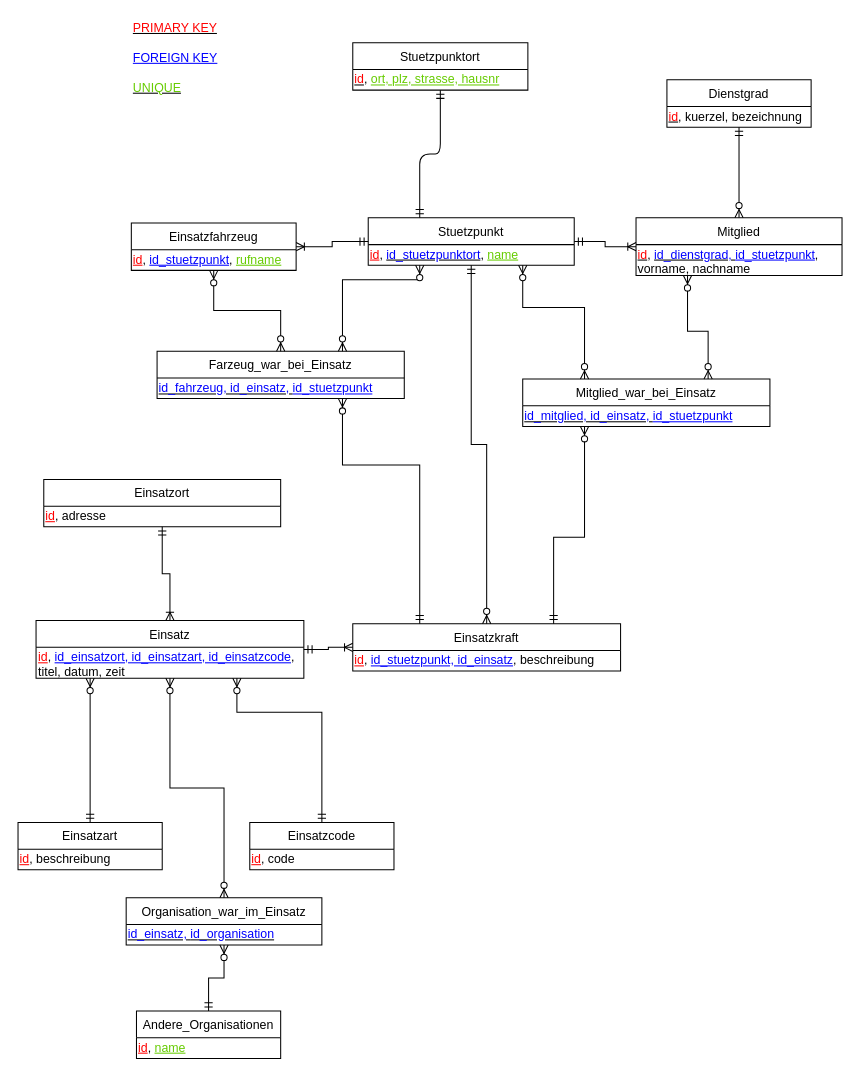
Above: FVisual_Documentation/Datamodels/LM/LM_V4.drawio in htl-thalerc/FVisual (draw.io), before the change. Source tidied: cells renumbered, new cells numbered last; positions are measured from the earlier drawing's top-left corner, leaving out a move shared by most shapes. Both pictures are drawn from the tidied source at 103%, with x=0, y=0 at pixel (18, 18).
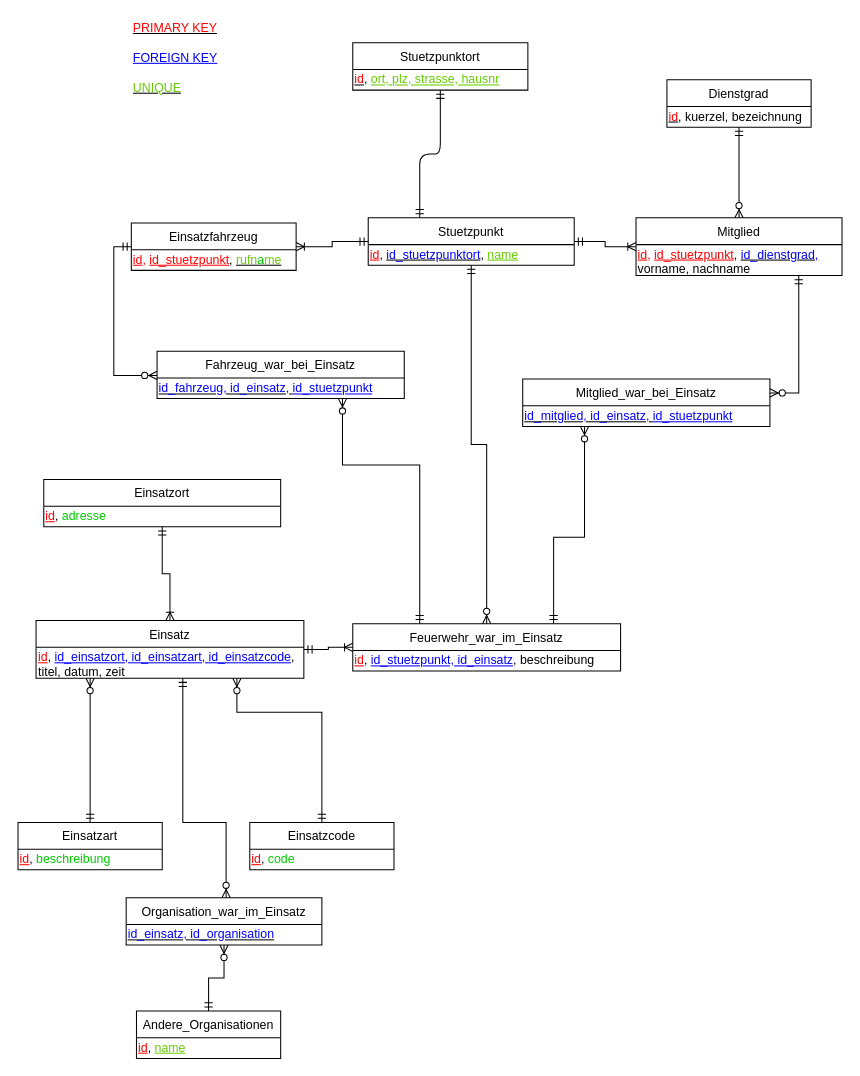
After the change.

The change refers to these unchanged cells:
```xml
<mxCell id="4" value="Einsatzort" style="swimlane;fontStyle=0;horizontal=1;startSize=26;fillColor=none;" parent="1" vertex="1">
  <mxGeometry x="25" y="448" width="230" height="46" as="geometry" />
</mxCell>
<mxCell id="8" value="Stuetzpunkt" style="swimlane;fontStyle=0;horizontal=1;startSize=26;fillColor=none;" parent="1" vertex="1">
  <mxGeometry x="340" y="194" width="200" height="46" as="geometry" />
</mxCell>
<mxCell id="10" value="Einsatzfahrzeug" style="swimlane;fontStyle=0;horizontal=1;startSize=26;fillColor=none;" parent="1" vertex="1">
  <mxGeometry x="110" y="199" width="160" height="46" as="geometry" />
</mxCell>
<mxCell id="14" value="Einsatzcode" style="swimlane;fontStyle=0;horizontal=1;startSize=26;fillColor=none;" parent="1" vertex="1">
  <mxGeometry x="225" y="781" width="140" height="46" as="geometry" />
</mxCell>
<mxCell id="16" value="Einsatz" style="swimlane;fontStyle=0;horizontal=1;startSize=26;fillColor=none;" parent="1" vertex="1">
  <mxGeometry x="17.5" y="585" width="260" height="56" as="geometry" />
</mxCell>
<mxCell id="18" value="Einsatzart" style="swimlane;fontStyle=0;horizontal=1;startSize=26;fillColor=none;" parent="1" vertex="1">
  <mxGeometry y="781" width="140" height="46" as="geometry" />
</mxCell>
<mxCell id="20" value="Mitglied" style="swimlane;fontStyle=0;horizontal=1;startSize=26;fillColor=none;" parent="1" vertex="1">
  <mxGeometry x="600" y="194" width="200" height="56" as="geometry" />
</mxCell>
<mxCell id="36" value="Organisation_war_im_Einsatz" style="swimlane;fontStyle=0;horizontal=1;startSize=26;fillColor=none;" parent="1" vertex="1">
  <mxGeometry x="105" y="854" width="190" height="46" as="geometry" />
</mxCell>
<mxCell id="39" value="Mitglied_war_bei_Einsatz" style="swimlane;fontStyle=0;horizontal=1;startSize=26;fillColor=none;" parent="1" vertex="1">
  <mxGeometry x="490" y="350.5" width="240" height="46" as="geometry" />
</mxCell>
```

Diff of the diagram source:
```diff
@@
-    <mxCell id="5" value="&lt;font color=&quot;#ff0000&quot;&gt;&lt;u&gt;id&lt;/u&gt;&lt;/font&gt;, adresse" style="text;html=1;align=left;verticalAlign=top;spacingTop=-4;" parent="4" vertex="1">
+    <mxCell id="5" value="&lt;font color=&quot;#ff0000&quot;&gt;&lt;u&gt;id&lt;/u&gt;&lt;/font&gt;, &lt;font color=&quot;#00cc00&quot;&gt;adresse&lt;/font&gt;" style="text;html=1;align=left;verticalAlign=top;spacingTop=-4;" parent="4" vertex="1">
       <mxGeometry y="26" width="230" height="20" as="geometry" />
     </mxCell>
@@
-    <mxCell id="11" value="&lt;font color=&quot;#ff0000&quot;&gt;&lt;u&gt;id&lt;/u&gt;&lt;/font&gt;, &lt;font color=&quot;#0000ff&quot;&gt;&lt;u&gt;id_stuetzpunkt&lt;/u&gt;&lt;/font&gt;,&amp;nbsp;&lt;font color=&quot;#66cc00&quot;&gt;&lt;u&gt;rufname&lt;/u&gt;&lt;/font&gt;" style="text;html=1;points=[];align=left;verticalAlign=top;spacingTop=-4;" parent="10" vertex="1">
+    <mxCell id="11" value="&lt;font color=&quot;#ff0000&quot;&gt;&lt;u&gt;id&lt;/u&gt;, &lt;u&gt;id_stuetzpunkt&lt;/u&gt;&lt;/font&gt;,&amp;nbsp;&lt;u&gt;&lt;font color=&quot;#66cc00&quot;&gt;rufn&lt;/font&gt;&lt;font color=&quot;#00cc00&quot;&gt;a&lt;/font&gt;&lt;font color=&quot;#66cc00&quot;&gt;me&lt;/font&gt;&lt;/u&gt;" style="text;html=1;points=[];align=left;verticalAlign=top;spacingTop=-4;" parent="10" vertex="1">
       <mxGeometry y="26" width="160" height="20" as="geometry" />
     </mxCell>
-    <mxCell id="12" value="Einsatzkraft" style="swimlane;fontStyle=0;horizontal=1;startSize=26;fillColor=none;" parent="1" vertex="1">
+    <mxCell id="12" value="Feuerwehr_war_im_Einsatz" style="swimlane;fontStyle=0;horizontal=1;startSize=26;fillColor=none;" parent="1" vertex="1">
       <mxGeometry x="325" y="588" width="260" height="46" as="geometry" />
     </mxCell>
@@
-    <mxCell id="15" value="&lt;font color=&quot;#ff0000&quot;&gt;&lt;u&gt;id&lt;/u&gt;&lt;/font&gt;, code" style="text;html=1;align=left;verticalAlign=top;spacingTop=-4;" parent="14" vertex="1">
+    <mxCell id="15" value="&lt;font color=&quot;#ff0000&quot;&gt;&lt;u&gt;id&lt;/u&gt;&lt;/font&gt;, &lt;font color=&quot;#00cc00&quot;&gt;code&lt;/font&gt;" style="text;html=1;align=left;verticalAlign=top;spacingTop=-4;" parent="14" vertex="1">
       <mxGeometry y="26" width="140" height="20" as="geometry" />
     </mxCell>
@@
-    <mxCell id="19" value="&lt;font color=&quot;#ff0000&quot;&gt;&lt;u&gt;id&lt;/u&gt;&lt;/font&gt;, beschreibung" style="text;html=1;align=left;verticalAlign=top;spacingTop=-4;" parent="18" vertex="1">
+    <mxCell id="19" value="&lt;font color=&quot;#ff0000&quot;&gt;&lt;u&gt;id&lt;/u&gt;&lt;/font&gt;, &lt;font color=&quot;#00cc00&quot;&gt;beschreibung&lt;/font&gt;" style="text;html=1;align=left;verticalAlign=top;spacingTop=-4;" parent="18" vertex="1">
       <mxGeometry y="26" width="140" height="20" as="geometry" />
     </mxCell>
@@
-    <mxCell id="21" value="&lt;u&gt;&lt;font color=&quot;#ff0000&quot;&gt;id&lt;/font&gt;&lt;/u&gt;, &lt;u&gt;&lt;font color=&quot;#0000ff&quot;&gt;id_dienstgrad,&amp;nbsp;&lt;/font&gt;&lt;/u&gt;&lt;u style=&quot;color: rgb(0 , 0 , 255)&quot;&gt;id_stuetzpunkt&lt;/u&gt;, &lt;br&gt;vorname, nachname" style="text;html=1;align=left;verticalAlign=top;spacingTop=-4;" parent="20" vertex="1">
+    <mxCell id="21" value="&lt;font color=&quot;#ff0000&quot;&gt;&lt;u&gt;id&lt;/u&gt;,&amp;nbsp;&lt;u&gt;id_stuetzpunkt&lt;/u&gt;&lt;/font&gt;,&amp;nbsp;&lt;u&gt;&lt;font color=&quot;#0000ff&quot;&gt;id_dienstgrad,&lt;/font&gt;&lt;/u&gt;&amp;nbsp;&lt;br&gt;vorname, nachname" style="text;html=1;align=left;verticalAlign=top;spacingTop=-4;" parent="20" vertex="1">
       <mxGeometry y="26" width="200" height="30" as="geometry" />
     </mxCell>
@@
-    <mxCell id="35" style="fontSize=12;html=1;endArrow=ERzeroToMany;endFill=1;startArrow=ERzeroToMany;rounded=0;exitX=0.5;exitY=1;exitDx=0;exitDy=0;edgeStyle=orthogonalEdgeStyle;entryX=0.5;entryY=0;entryDx=0;entryDy=0;" parent="1" edge="1" source="16" target="36">
-      <mxGeometry relative="1" as="geometry" />
-    </mxCell>
@@
-    <mxCell id="41" value="Farzeug_war_bei_Einsatz" style="swimlane;fontStyle=0;horizontal=1;startSize=26;fillColor=none;" parent="1" vertex="1">
+    <mxCell id="41" value="Fahrzeug_war_bei_Einsatz" style="swimlane;fontStyle=0;horizontal=1;startSize=26;fillColor=none;" parent="1" vertex="1">
       <mxGeometry x="135" y="323.5" width="240" height="46" as="geometry" />
     </mxCell>
@@
-    <mxCell id="43" style="fontSize=12;html=1;endArrow=ERzeroToMany;endFill=1;startArrow=ERzeroToMany;rounded=0;edgeStyle=orthogonalEdgeStyle;entryX=0.5;entryY=0;entryDx=0;entryDy=0;" parent="1" edge="1" source="11" target="41">
-      <mxGeometry relative="1" as="geometry">
-        <Array as="points">
-          <mxPoint x="190" y="284" />
-          <mxPoint x="255" y="284" />
-        </Array>
-      </mxGeometry>
-    </mxCell>
-    <mxCell id="44" style="fontSize=12;html=1;endArrow=ERzeroToMany;endFill=1;startArrow=ERzeroToMany;rounded=0;edgeStyle=orthogonalEdgeStyle;entryX=0.75;entryY=0;entryDx=0;entryDy=0;exitX=0.25;exitY=1;exitDx=0;exitDy=0;" parent="1" edge="1" source="8" target="41">
-      <mxGeometry relative="1" as="geometry">
-        <Array as="points">
-          <mxPoint x="390" y="254" />
-          <mxPoint x="315" y="254" />
-        </Array>
-      </mxGeometry>
-    </mxCell>
@@
-    <mxCell id="46" style="fontSize=12;html=1;endArrow=ERzeroToMany;endFill=1;startArrow=ERzeroToMany;rounded=0;edgeStyle=orthogonalEdgeStyle;entryX=0.25;entryY=0;entryDx=0;entryDy=0;exitX=0.75;exitY=1;exitDx=0;exitDy=0;" parent="1" edge="1" source="8" target="39">
-      <mxGeometry relative="1" as="geometry">
-        <Array as="points">
-          <mxPoint x="490" y="281" />
-          <mxPoint x="550" y="281" />
-        </Array>
-      </mxGeometry>
-    </mxCell>
+    <mxCell id="48" style="edgeStyle=orthogonalEdgeStyle;rounded=0;jettySize=auto;html=1;startArrow=ERmandOne;startFill=0;endArrow=ERzeroToMany;endFill=1;exitX=0.75;exitY=0;exitDx=0;exitDy=0;entryX=0.25;entryY=1;entryDx=0;entryDy=0;" parent="1" edge="1" source="12" target="39">
+      <mxGeometry relative="1" as="geometry">
+        <Array as="points">
+          <mxPoint x="520" y="504" />
+          <mxPoint x="550" y="504" />
+        </Array>
+      </mxGeometry>
+    </mxCell>
+    <mxCell id="49" style="edgeStyle=orthogonalEdgeStyle;rounded=0;jettySize=auto;html=1;startArrow=ERmandOne;startFill=0;endArrow=ERzeroToMany;endFill=1;" parent="1" edge="1" source="10" target="41">
+      <mxGeometry relative="1" as="geometry">
+        <Array as="points">
+          <mxPoint x="93" y="222" />
+          <mxPoint x="93" y="347" />
+        </Array>
+      </mxGeometry>
+    </mxCell>
-    <mxCell id="47" style="fontSize=12;html=1;endArrow=ERzeroToMany;endFill=1;startArrow=ERzeroToMany;rounded=0;edgeStyle=orthogonalEdgeStyle;entryX=0.75;entryY=0;entryDx=0;entryDy=0;exitX=0.25;exitY=1;exitDx=0;exitDy=0;" parent="1" edge="1" source="20" target="39">
+    <mxCell id="47" style="edgeStyle=orthogonalEdgeStyle;rounded=0;jettySize=auto;html=1;startArrow=ERmandOne;startFill=0;endArrow=ERzeroToMany;endFill=1;" parent="1" edge="1" source="20" target="39">
       <mxGeometry relative="1" as="geometry">
         <Array as="points">
-          <mxPoint x="650" y="304" />
-          <mxPoint x="670" y="304" />
+          <mxPoint x="758" y="364" />
         </Array>
       </mxGeometry>
     </mxCell>
-    <mxCell id="48" style="edgeStyle=orthogonalEdgeStyle;rounded=0;jettySize=auto;html=1;startArrow=ERmandOne;startFill=0;endArrow=ERzeroToMany;endFill=1;exitX=0.75;exitY=0;exitDx=0;exitDy=0;entryX=0.25;entryY=1;entryDx=0;entryDy=0;" parent="1" edge="1" source="12" target="39">
-      <mxGeometry relative="1" as="geometry">
-        <Array as="points">
-          <mxPoint x="520" y="504" />
-          <mxPoint x="550" y="504" />
-        </Array>
-      </mxGeometry>
-    </mxCell>
+    <mxCell id="35" style="edgeStyle=orthogonalEdgeStyle;rounded=0;jettySize=auto;html=1;startArrow=ERmandOne;startFill=0;endArrow=ERzeroToMany;endFill=1;" parent="1" edge="1" source="16" target="36">
+      <mxGeometry relative="1" as="geometry">
+        <Array as="points">
+          <mxPoint x="160" y="781" />
+          <mxPoint x="202" y="781" />
+        </Array>
+      </mxGeometry>
+    </mxCell>
```
